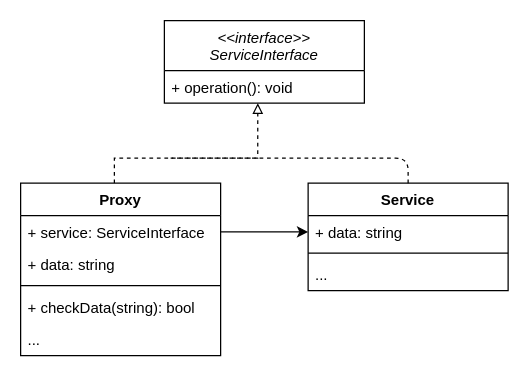
devlubinets/todo keeps this draw.io diagram as Structural/Proxy/UML Proxy.drawio. Above is the earlier version. Source tidied: cells renumbered, new cells numbered last; positions are measured from the earlier drawing's top-left corner, leaving out a move shared by most shapes. Both pictures are drawn from the tidied source at 125%, with x=0, y=0 at pixel (20, 20).
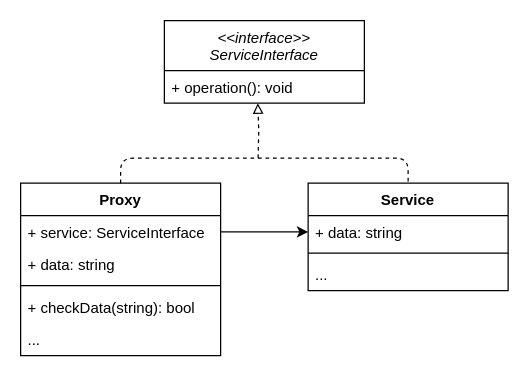
The same page after the edit.

Commit message:
Обновил UML Proxy

The change refers to these unchanged cells:
```xml
<mxCell id="3" value="Proxy" style="swimlane;fontStyle=1;align=center;verticalAlign=top;horizontal=1;startSize=26;" parent="1" vertex="1">
  <mxGeometry y="130" width="160" height="138" as="geometry" />
</mxCell>
<mxCell id="10" value="+ operation(): void" style="text;strokeColor=none;fillColor=none;align=left;verticalAlign=top;spacingLeft=4;spacingRight=4;overflow=hidden;points=[[0,0.5],[1,0.5]];portConstraint=eastwest;" parent="9" vertex="1">
  <mxGeometry y="40" width="160" height="26" as="geometry" />
</mxCell>
<mxCell id="11" value="Service" style="swimlane;fontStyle=1;align=center;verticalAlign=top;horizontal=1;startSize=26;" parent="1" vertex="1">
  <mxGeometry x="230" y="130" width="160" height="86" as="geometry" />
</mxCell>
```

What changed in the source:
```diff
@@
-    <mxCell id="2" style="edgeStyle=orthogonalEdgeStyle;rounded=0;jettySize=auto;html=1;entryX=0.467;entryY=1;entryDx=0;entryDy=0;entryPerimeter=0;endArrow=block;endFill=0;dashed=1;" parent="1" edge="1" source="3" target="10">
+    <mxCell id="2" style="edgeStyle=orthogonalEdgeStyle;rounded=0;jettySize=auto;html=1;entryX=0.467;entryY=1;entryDx=0;entryDy=0;entryPerimeter=0;endArrow=block;endFill=0;dashed=1;" parent="1" edge="1" target="10">
       <mxGeometry relative="1" as="geometry">
-        <Array as="points">
-          <mxPoint x="75" y="110" />
-          <mxPoint x="190" y="110" />
-        </Array>
+        <mxPoint x="190" y="110" as="sourcePoint" />
       </mxGeometry>
     </mxCell>
@@
-    <mxCell id="15" style="endArrow=none;dashed=1;html=1;strokeWidth=1;exitX=0.5;exitY=0;exitDx=0;exitDy=0;" parent="1" edge="1" source="11">
-      <mxGeometry relative="1" as="geometry">
-        <mxPoint x="120" y="110" as="targetPoint" />
-        <Array as="points">
-          <mxPoint x="310" y="110" />
-        </Array>
-      </mxGeometry>
-    </mxCell>
@@
+    <mxCell id="17" style="endArrow=none;dashed=1;html=1;strokeWidth=1;exitX=0.5;exitY=0;exitDx=0;exitDy=0;entryX=0.5;entryY=0;entryDx=0;entryDy=0;" parent="1" edge="1" source="3" target="11">
+      <mxGeometry relative="1" as="geometry">
+        <Array as="points">
+          <mxPoint x="80" y="110" />
+          <mxPoint x="310" y="110" />
+        </Array>
+      </mxGeometry>
+    </mxCell>
```
